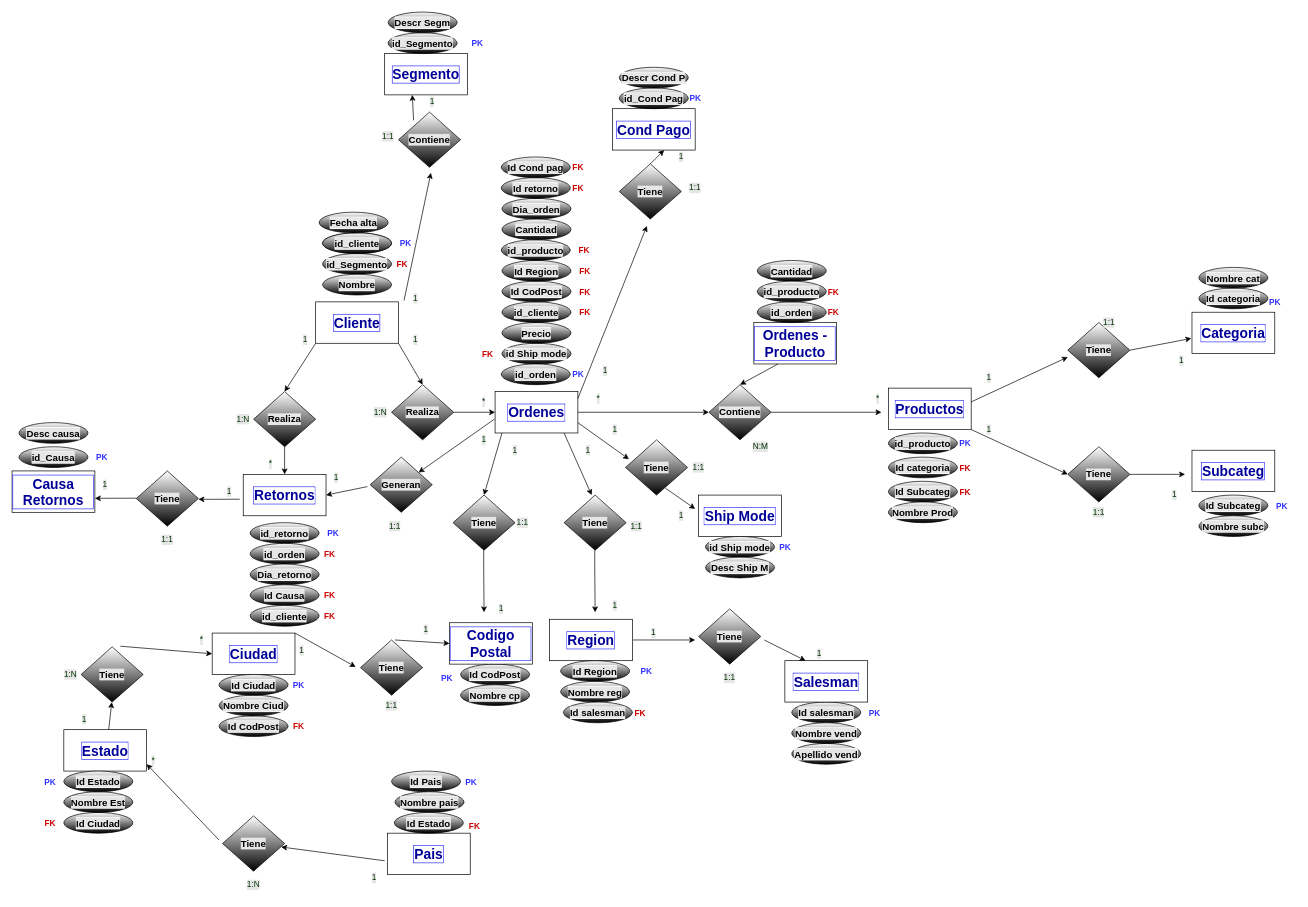
Above: DER + Diego Muro updated.drawio in DiegoGMuro/SQL-1er-Preentrega (draw.io), before the change. Source tidied: cells renumbered, new cells numbered last; positions are measured from the earlier drawing's top-left corner, leaving out a move shared by most shapes. Both pictures are drawn from the tidied source at 69%, with x=0, y=0 at pixel (12, 12).
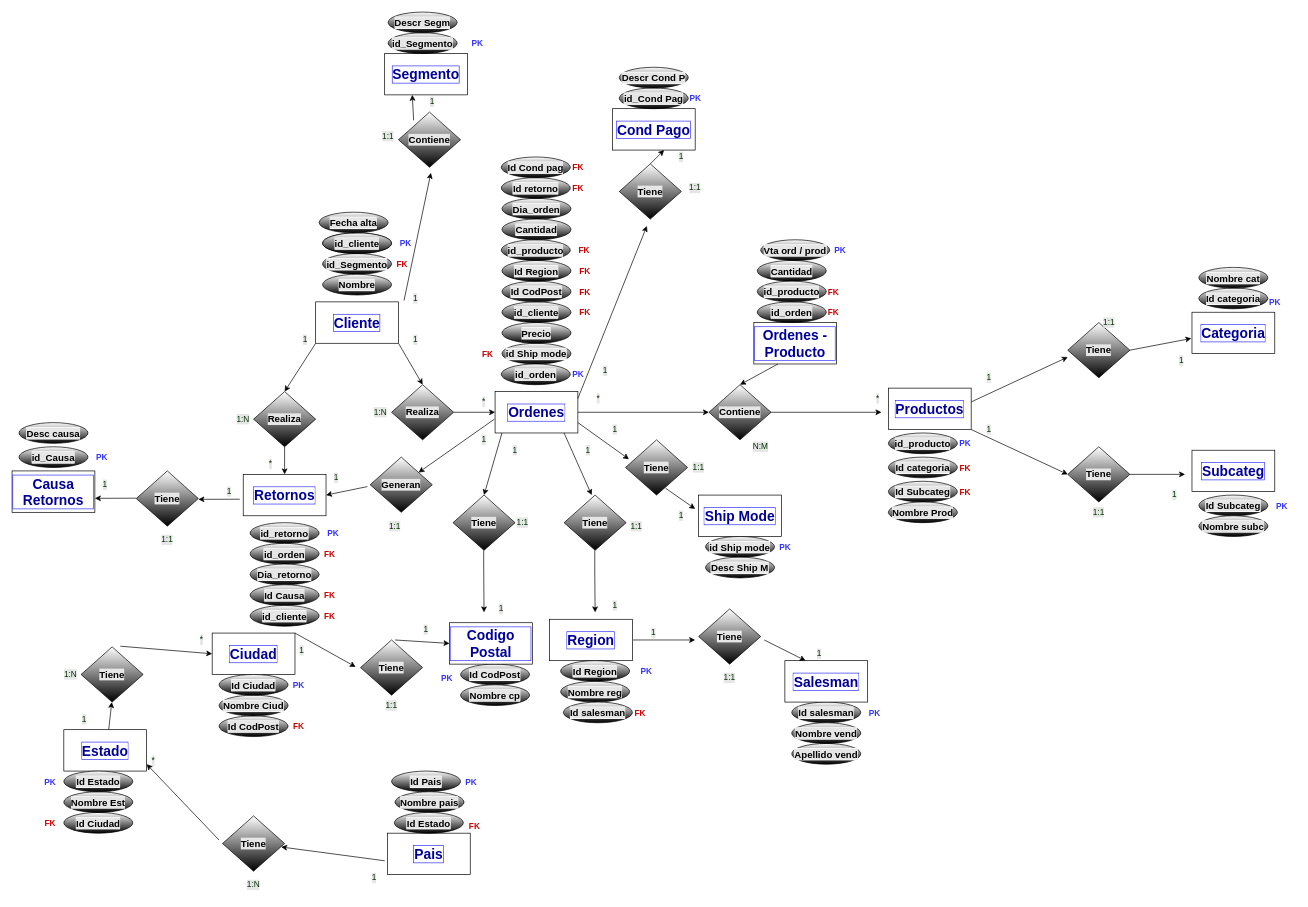
The same diagram, later.

Change to the diagram source:
```diff
@@
+    <mxCell id="210" value="&lt;b&gt;&lt;font style=&quot;font-size: 14px; background-color: rgb(230, 230, 230);&quot;&gt;Vta ord / prod&lt;/font&gt;&lt;/b&gt;" style="ellipse;whiteSpace=wrap;html=1;labelBackgroundColor=#FFFFFF;fontSize=15;fontColor=#000000;fillColor=#FFFFFF;gradientColor=default;" parent="1" vertex="1">
+      <mxGeometry x="1085" y="330" width="100" height="30" as="geometry" />
+    </mxCell>
+    <mxCell id="211" value="&lt;b&gt;&lt;font color=&quot;#3333ff&quot; style=&quot;font-size: 12px;&quot;&gt;PK&lt;/font&gt;&lt;/b&gt;" style="text;html=1;align=center;verticalAlign=middle;strokeColor=none;fillColor=none;fontSize=14;fontColor=#000000;" parent="1" vertex="1">
+      <mxGeometry x="1180" y="330" width="40" height="30" as="geometry" />
+    </mxCell>
```
